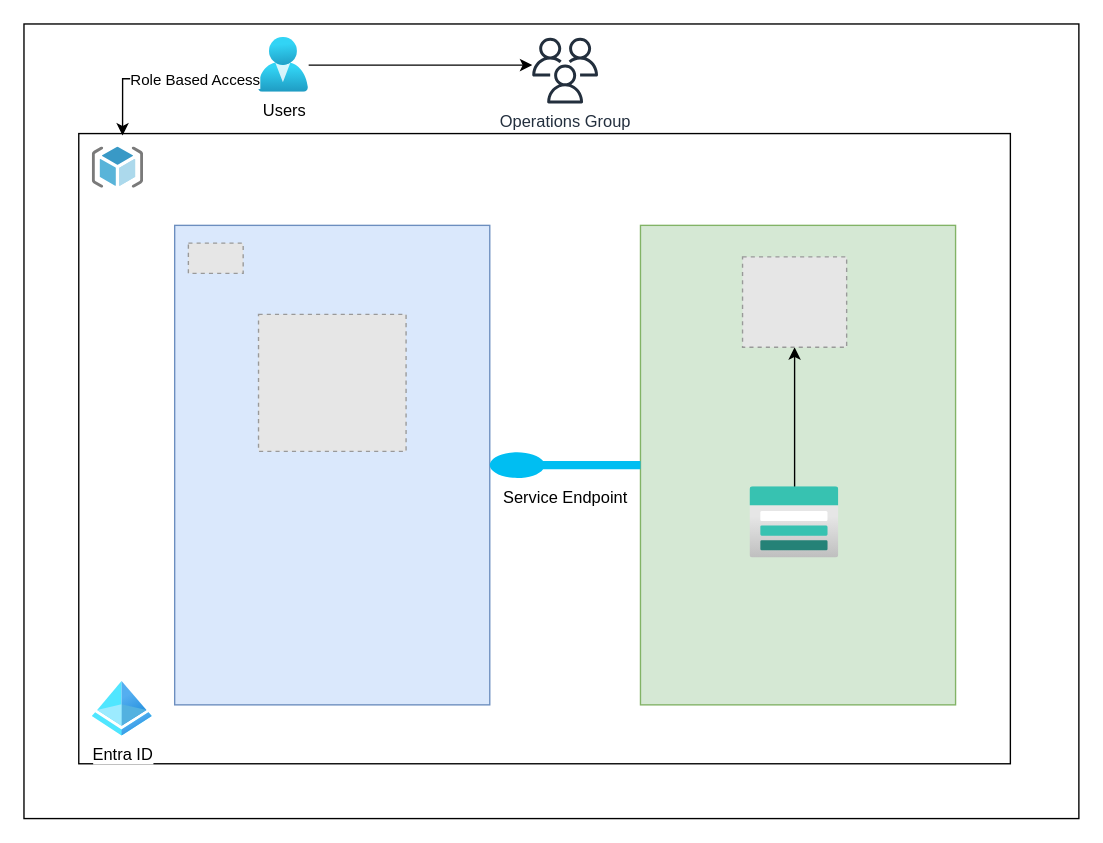
The draw.io diagram RandEnt.drawio in ameenclick/diagrams, before the edit. Source tidied: cells renumbered, new cells numbered last; positions are measured from the earlier drawing's top-left corner, leaving out a move shared by most shapes. Both pictures are drawn from the tidied source at 137%, with x=0, y=0 at pixel (23, 23). Pictures stored in the file or linked from it are replaced by grey dashed boxes.
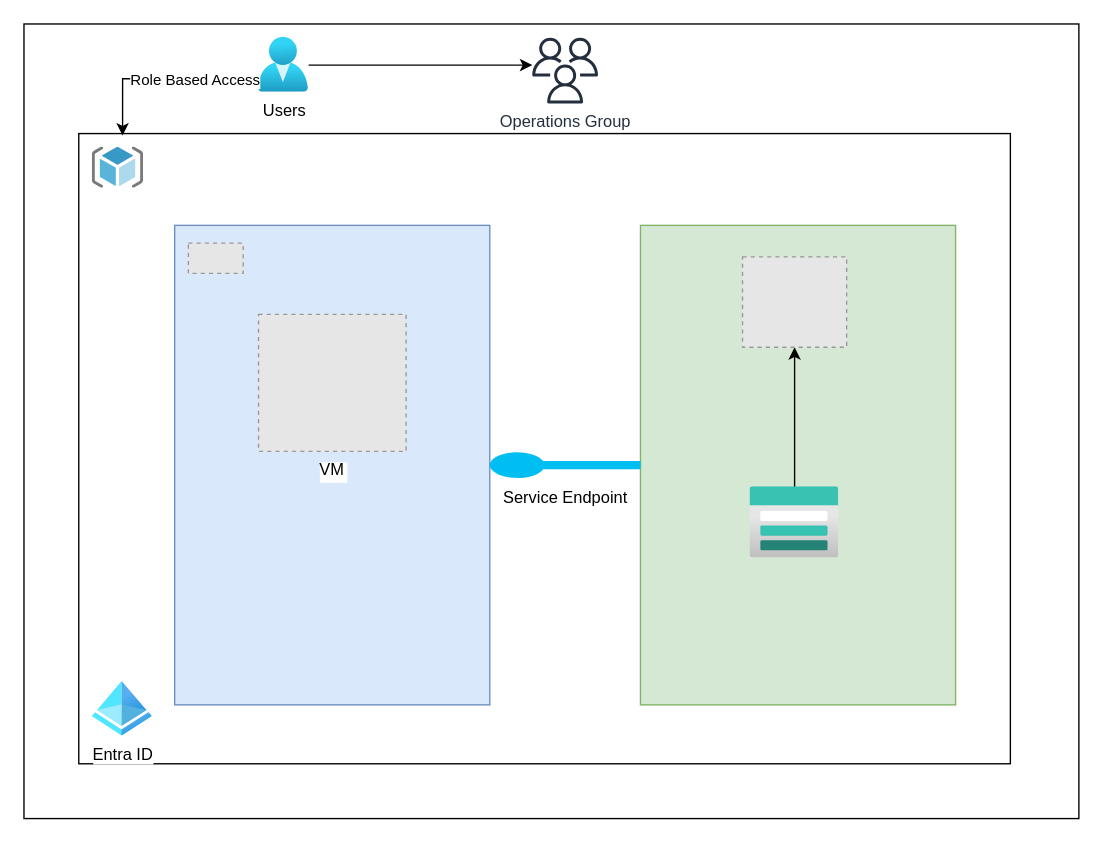
After the change.

The edit, as a diff of the source:
```diff
@@
-    <mxCell id="8" style="fillColor=#E6E6E6;strokeColor=#999999;dashed=1;verticalLabelPosition=bottom;labelBackgroundColor=#ffffff;verticalAlign=top;" parent="1" vertex="1">
+    <mxCell id="8" value="VM" style="fillColor=#E6E6E6;strokeColor=#999999;dashed=1;verticalLabelPosition=bottom;labelBackgroundColor=#ffffff;verticalAlign=top;" parent="1" vertex="1">
       <mxGeometry x="171.2" y="212" width="107.7" height="100" as="geometry" />
     </mxCell>
```
